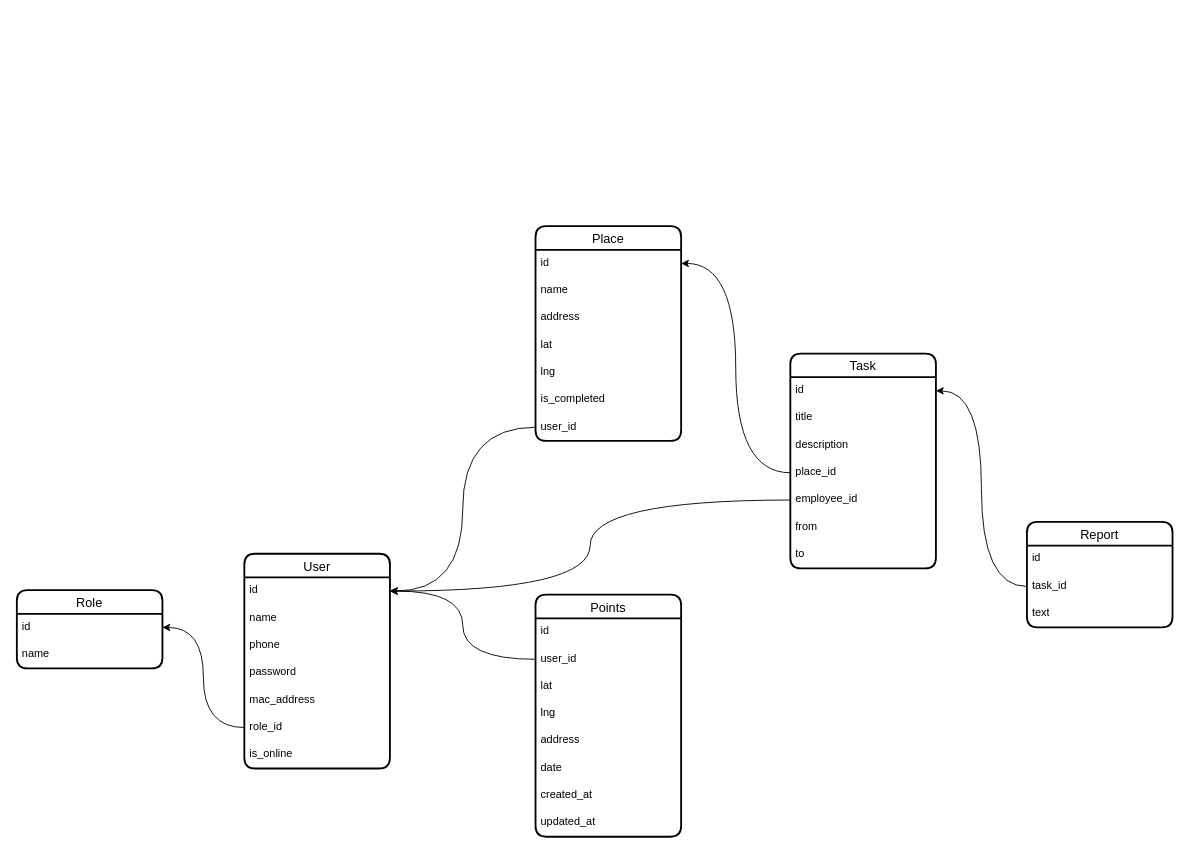
Before: karsoft-location.drawio in iztileuoff/databases, a draw.io diagram. Source tidied: cells renumbered, new cells numbered last; positions are measured from the earlier drawing's top-left corner, leaving out a move shared by most shapes. Both pictures are drawn from the tidied source at 91%, with x=0, y=0 at pixel (16, 226).
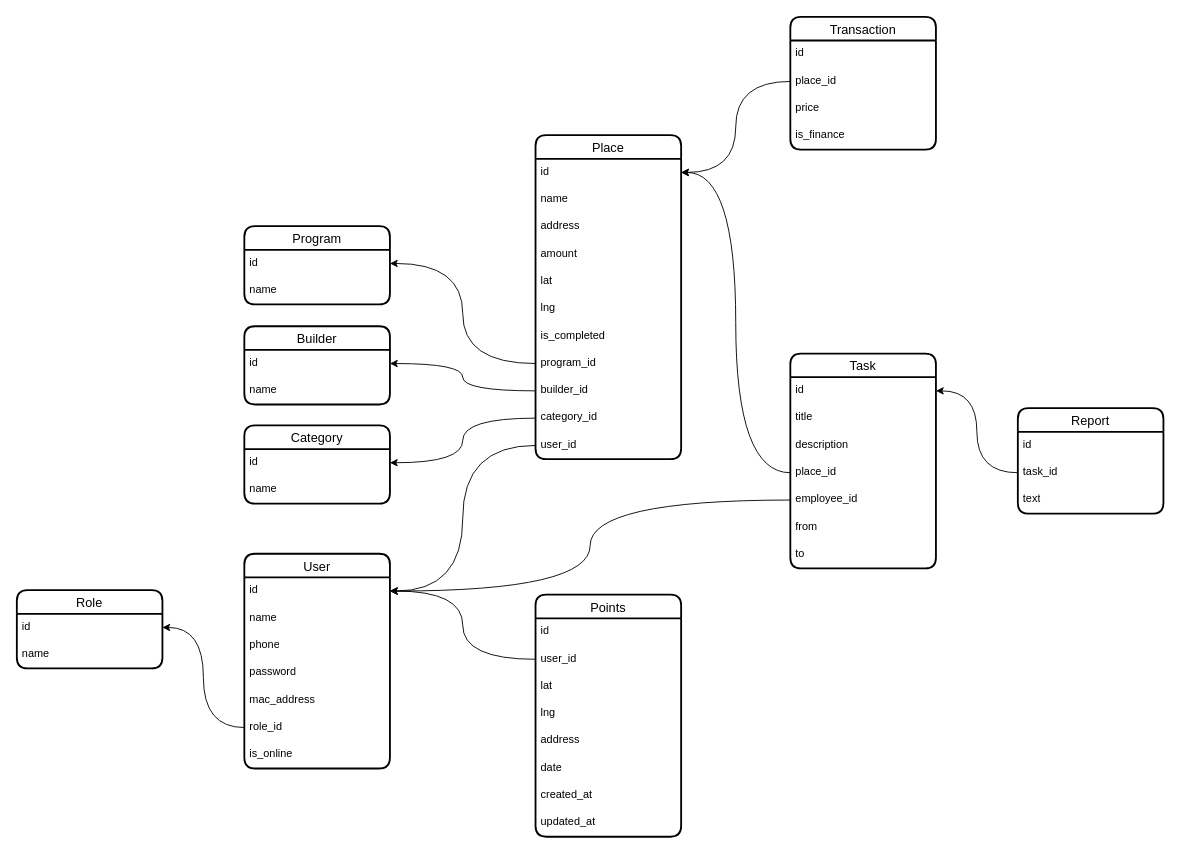
The same diagram, later.

The change refers to these unchanged cells:
```xml
<mxCell id="25" value="id" style="text;strokeColor=none;fillColor=none;spacingLeft=4;spacingRight=4;overflow=hidden;points=[[0,0.5],[1,0.5]];portConstraint=eastwest;fontSize=12;whiteSpace=wrap;html=1;" parent="24" vertex="1">
  <mxGeometry y="26" width="160" height="30" as="geometry" />
</mxCell>
```

The edit, as a diff of the source:
```diff
@@
     <mxCell id="24" value="Place" style="swimlane;fontStyle=0;horizontal=1;startSize=26;align=center;fontSize=14;strokeWidth=2;rounded=1;shadow=0;glass=0;swimlaneLine=1;" parent="1" vertex="1">
-      <mxGeometry x="570" width="160" height="236" as="geometry" />
+      <mxGeometry x="570" y="-100" width="160" height="356" as="geometry" />
     </mxCell>
@@
+    <mxCell id="48" value="amount" style="text;strokeColor=none;fillColor=none;spacingLeft=4;spacingRight=4;overflow=hidden;fontSize=12;whiteSpace=wrap;html=1;" parent="24" vertex="1">
+      <mxGeometry y="116" width="160" height="30" as="geometry" />
+    </mxCell>
     <mxCell id="28" value="lat" style="text;strokeColor=none;fillColor=none;spacingLeft=4;spacingRight=4;overflow=hidden;fontSize=12;whiteSpace=wrap;html=1;" parent="24" vertex="1">
-      <mxGeometry y="116" width="160" height="30" as="geometry" />
+      <mxGeometry y="146" width="160" height="30" as="geometry" />
     </mxCell>
     <mxCell id="29" value="lng" style="text;strokeColor=none;fillColor=none;spacingLeft=4;spacingRight=4;overflow=hidden;fontSize=12;whiteSpace=wrap;html=1;" parent="24" vertex="1">
-      <mxGeometry y="146" width="160" height="30" as="geometry" />
+      <mxGeometry y="176" width="160" height="30" as="geometry" />
     </mxCell>
     <mxCell id="30" value="is_completed" style="text;strokeColor=none;fillColor=none;spacingLeft=4;spacingRight=4;overflow=hidden;fontSize=12;whiteSpace=wrap;html=1;" parent="24" vertex="1">
-      <mxGeometry y="176" width="160" height="30" as="geometry" />
+      <mxGeometry y="206" width="160" height="30" as="geometry" />
     </mxCell>
+    <mxCell id="49" value="program_id" style="text;strokeColor=none;fillColor=none;spacingLeft=4;spacingRight=4;overflow=hidden;points=[[0,0.5],[1,0.5]];portConstraint=eastwest;fontSize=12;whiteSpace=wrap;html=1;" parent="24" vertex="1">
+      <mxGeometry y="236" width="160" height="30" as="geometry" />
+    </mxCell>
+    <mxCell id="50" value="builder_id" style="text;strokeColor=none;fillColor=none;spacingLeft=4;spacingRight=4;overflow=hidden;points=[[0,0.5],[1,0.5]];portConstraint=eastwest;fontSize=12;whiteSpace=wrap;html=1;" parent="24" vertex="1">
+      <mxGeometry y="266" width="160" height="30" as="geometry" />
+    </mxCell>
+    <mxCell id="51" value="category_id" style="text;strokeColor=none;fillColor=none;spacingLeft=4;spacingRight=4;overflow=hidden;points=[[0,0.5],[1,0.5]];portConstraint=eastwest;fontSize=12;whiteSpace=wrap;html=1;" parent="24" vertex="1">
+      <mxGeometry y="296" width="160" height="30" as="geometry" />
+    </mxCell>
     <mxCell id="31" value="user_id" style="text;strokeColor=none;fillColor=none;spacingLeft=4;spacingRight=4;overflow=hidden;points=[[0,0.5],[1,0.5]];portConstraint=eastwest;fontSize=12;whiteSpace=wrap;html=1;" parent="24" vertex="1">
-      <mxGeometry y="206" width="160" height="30" as="geometry" />
+      <mxGeometry y="326" width="160" height="30" as="geometry" />
     </mxCell>
@@
     <mxCell id="41" value="Report" style="swimlane;fontStyle=0;horizontal=1;startSize=26;align=center;fontSize=14;strokeWidth=2;rounded=1;shadow=0;glass=0;swimlaneLine=1;" parent="1" vertex="1">
-      <mxGeometry x="1110" y="325" width="160" height="116" as="geometry" />
+      <mxGeometry x="1100" y="200" width="160" height="116" as="geometry" />
     </mxCell>
@@
+    <mxCell id="52" value="Program" style="swimlane;fontStyle=0;horizontal=1;startSize=26;align=center;fontSize=14;strokeWidth=2;rounded=1;shadow=0;glass=0;swimlaneLine=1;" parent="1" vertex="1">
+      <mxGeometry x="250" width="160" height="86" as="geometry" />
+    </mxCell>
+    <mxCell id="53" value="id" style="text;strokeColor=none;fillColor=none;spacingLeft=4;spacingRight=4;overflow=hidden;points=[[0,0.5],[1,0.5]];portConstraint=eastwest;fontSize=12;whiteSpace=wrap;html=1;" parent="52" vertex="1">
+      <mxGeometry y="26" width="160" height="30" as="geometry" />
+    </mxCell>
+    <mxCell id="54" value="name" style="text;strokeColor=none;fillColor=none;spacingLeft=4;spacingRight=4;overflow=hidden;fontSize=12;whiteSpace=wrap;html=1;" parent="52" vertex="1">
+      <mxGeometry y="56" width="160" height="30" as="geometry" />
+    </mxCell>
+    <mxCell id="55" value="Builder" style="swimlane;fontStyle=0;horizontal=1;startSize=26;align=center;fontSize=14;strokeWidth=2;rounded=1;shadow=0;glass=0;swimlaneLine=1;" parent="1" vertex="1">
+      <mxGeometry x="250" y="110" width="160" height="86" as="geometry" />
+    </mxCell>
+    <mxCell id="56" value="id" style="text;strokeColor=none;fillColor=none;spacingLeft=4;spacingRight=4;overflow=hidden;points=[[0,0.5],[1,0.5]];portConstraint=eastwest;fontSize=12;whiteSpace=wrap;html=1;" parent="55" vertex="1">
+      <mxGeometry y="26" width="160" height="30" as="geometry" />
+    </mxCell>
+    <mxCell id="57" value="name" style="text;strokeColor=none;fillColor=none;spacingLeft=4;spacingRight=4;overflow=hidden;fontSize=12;whiteSpace=wrap;html=1;" parent="55" vertex="1">
+      <mxGeometry y="56" width="160" height="30" as="geometry" />
+    </mxCell>
+    <mxCell id="58" value="Category" style="swimlane;fontStyle=0;horizontal=1;startSize=26;align=center;fontSize=14;strokeWidth=2;rounded=1;shadow=0;glass=0;swimlaneLine=1;" parent="1" vertex="1">
+      <mxGeometry x="250" y="219" width="160" height="86" as="geometry" />
+    </mxCell>
+    <mxCell id="59" value="id" style="text;strokeColor=none;fillColor=none;spacingLeft=4;spacingRight=4;overflow=hidden;points=[[0,0.5],[1,0.5]];portConstraint=eastwest;fontSize=12;whiteSpace=wrap;html=1;" parent="58" vertex="1">
+      <mxGeometry y="26" width="160" height="30" as="geometry" />
+    </mxCell>
+    <mxCell id="60" value="name" style="text;strokeColor=none;fillColor=none;spacingLeft=4;spacingRight=4;overflow=hidden;fontSize=12;whiteSpace=wrap;html=1;" parent="58" vertex="1">
+      <mxGeometry y="56" width="160" height="30" as="geometry" />
+    </mxCell>
+    <mxCell id="61" style="edgeStyle=orthogonalEdgeStyle;rounded=0;jettySize=auto;html=1;entryX=1;entryY=0.5;entryDx=0;entryDy=0;curved=1;" parent="1" edge="1" source="51" target="59">
+      <mxGeometry relative="1" as="geometry" />
+    </mxCell>
+    <mxCell id="62" style="edgeStyle=orthogonalEdgeStyle;rounded=0;jettySize=auto;html=1;entryX=1;entryY=0.5;entryDx=0;entryDy=0;curved=1;" parent="1" edge="1" source="50" target="56">
+      <mxGeometry relative="1" as="geometry" />
+    </mxCell>
+    <mxCell id="63" style="edgeStyle=orthogonalEdgeStyle;rounded=0;jettySize=auto;html=1;entryX=1;entryY=0.5;entryDx=0;entryDy=0;curved=1;" parent="1" edge="1" source="49" target="53">
+      <mxGeometry relative="1" as="geometry" />
+    </mxCell>
+    <mxCell id="64" value="Transaction" style="swimlane;fontStyle=0;horizontal=1;startSize=26;align=center;fontSize=14;strokeWidth=2;rounded=1;shadow=0;glass=0;swimlaneLine=1;" parent="1" vertex="1">
+      <mxGeometry x="850" y="-230" width="160" height="146" as="geometry" />
+    </mxCell>
+    <mxCell id="65" value="id" style="text;strokeColor=none;fillColor=none;spacingLeft=4;spacingRight=4;overflow=hidden;fontSize=12;whiteSpace=wrap;html=1;" parent="64" vertex="1">
+      <mxGeometry y="26" width="160" height="30" as="geometry" />
+    </mxCell>
+    <mxCell id="66" value="place_id" style="text;strokeColor=none;fillColor=none;spacingLeft=4;spacingRight=4;overflow=hidden;points=[[0,0.5],[1,0.5]];portConstraint=eastwest;fontSize=12;whiteSpace=wrap;html=1;" parent="64" vertex="1">
+      <mxGeometry y="56" width="160" height="30" as="geometry" />
+    </mxCell>
+    <mxCell id="67" value="price" style="text;strokeColor=none;fillColor=none;spacingLeft=4;spacingRight=4;overflow=hidden;fontSize=12;whiteSpace=wrap;html=1;" parent="64" vertex="1">
+      <mxGeometry y="86" width="160" height="30" as="geometry" />
+    </mxCell>
+    <mxCell id="68" value="is_finance" style="text;strokeColor=none;fillColor=none;spacingLeft=4;spacingRight=4;overflow=hidden;fontSize=12;whiteSpace=wrap;html=1;" parent="64" vertex="1">
+      <mxGeometry y="116" width="160" height="30" as="geometry" />
+    </mxCell>
+    <mxCell id="69" style="edgeStyle=orthogonalEdgeStyle;rounded=0;jettySize=auto;html=1;entryX=1;entryY=0.5;entryDx=0;entryDy=0;curved=1;" parent="1" edge="1" source="66" target="25">
+      <mxGeometry relative="1" as="geometry" />
+    </mxCell>
```
